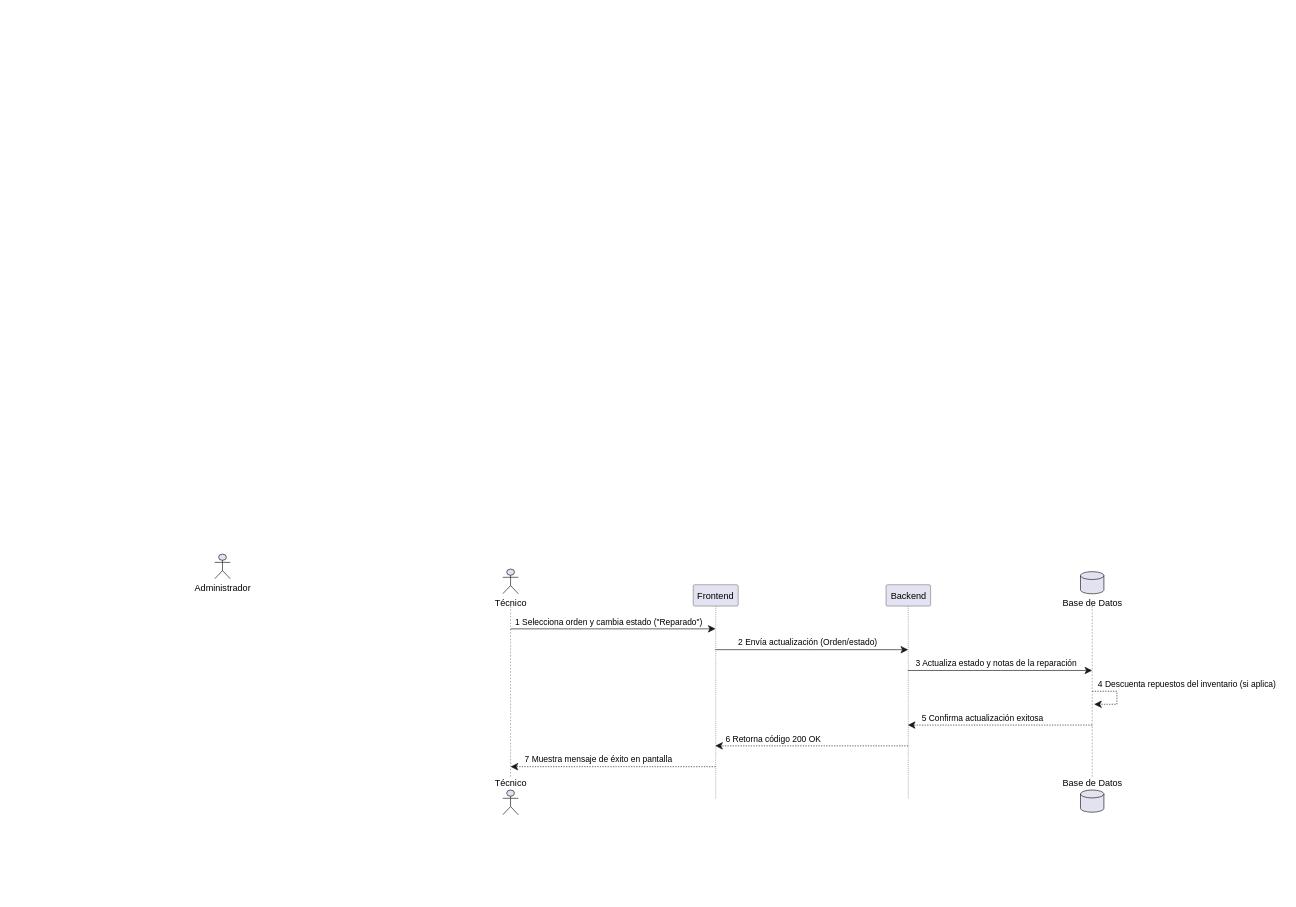
This is Docs/Diagramas/Diagramas de secuencia/Modificación de estados.drawio from Lionel-Martinez/Proyecto-Final-practica-III, a draw.io file, before an edit. Source tidied: cells renumbered, new cells numbered last; positions are measured from the earlier drawing's top-left corner, leaving out a move shared by most shapes. Both pictures are drawn from the tidied source at 65%, with x=0, y=0 at pixel (11, 11).
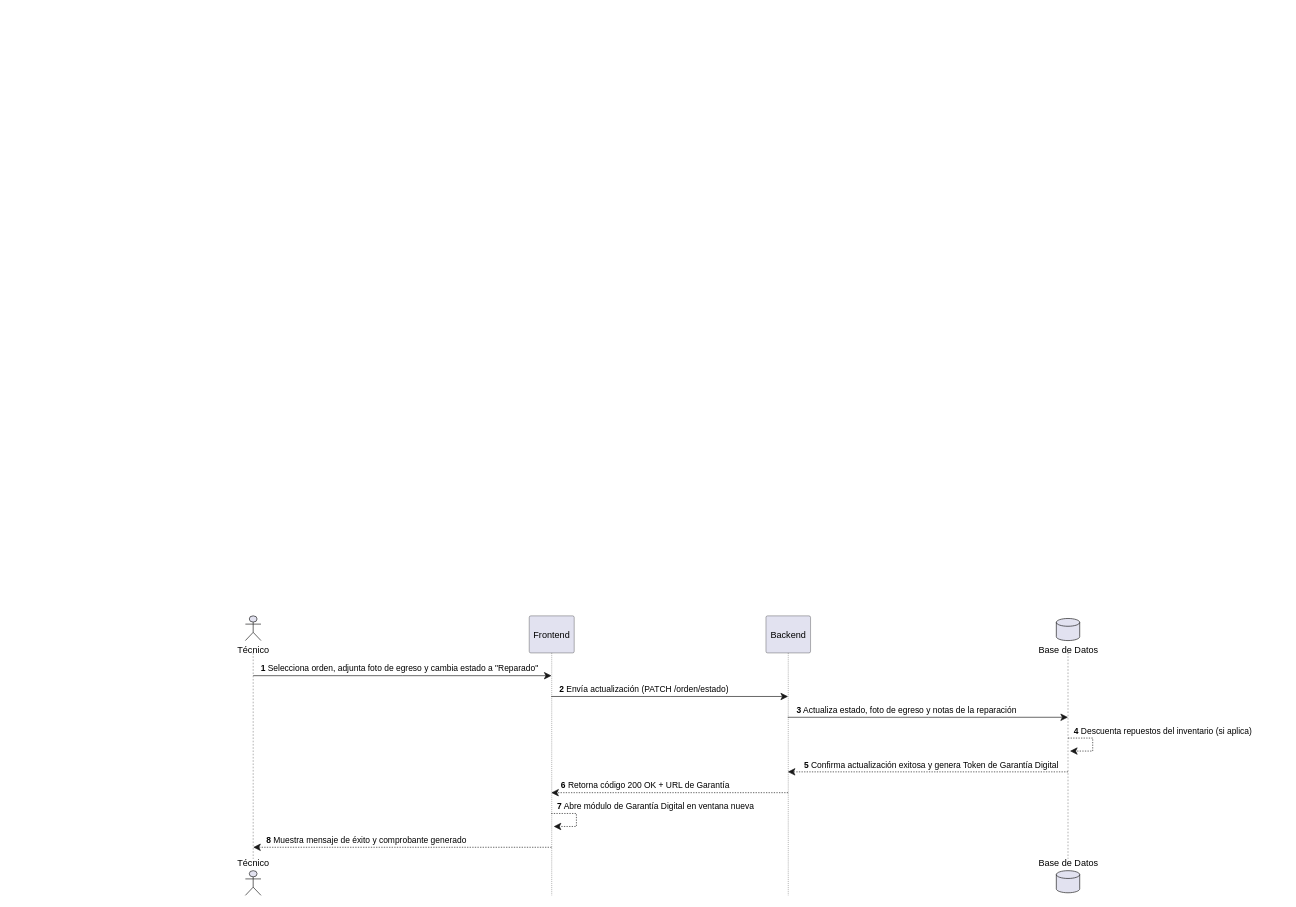
The same page after the edit.

Commit message (it also covers changes not shown here):
cambios en el diagrama de secuencia modificacion de estados(Se actualiza la finalización del trabajo para registrar la foto de egreso y disparar la emisión del ticket de Garantía Digital QR)

The edit, as a diff of the source:
```diff
@@
-    <mxCell id="2" style="group;transparentBounds=1;editIcon=1;lockedGroup=0;groupPadding=10;" parent="1" vertex="1">
-      <mxGeometry as="geometry" />
-    </mxCell>
-    <mxCell id="3" value="Administrador" style="shape=umlActor;verticalLabelPosition=bottom;verticalAlign=top;fillColor=#E2E2F0;strokeColor=#181818;fontColor=#000000;fontSize=14;html=1;" parent="2" vertex="1">
-      <mxGeometry x="312.8" y="835" width="24" height="38" as="geometry" />
-    </mxCell>
-    <mxCell id="4" style="group;transparentBounds=1;editIcon=1;lockedGroup=0;groupPadding=10;" parent="1" vertex="1">
-      <mxGeometry as="geometry" />
-    </mxCell>
-    <mxCell id="5" style="endArrow=none;html=1;strokeColor=#181818;strokeWidth=0.5;dashed=1;dashPattern=5 5;rounded=0;" parent="4" edge="1">
-      <mxGeometry relative="1" as="geometry">
-        <mxPoint x="768" y="915" as="sourcePoint" />
-        <mxPoint x="768" y="1180" as="targetPoint" />
-      </mxGeometry>
-    </mxCell>
+    <mxCell id="21" style="group;transparentBounds=1;editIcon=1;lockedGroup=0;groupPadding=10;" parent="1" vertex="1">
+      <mxGeometry as="geometry" />
+    </mxCell>
+    <mxCell id="22" style="endArrow=none;html=1;strokeColor=#181818;strokeWidth=0.5;dashed=1;dashPattern=5 5;rounded=0;" parent="21" edge="1">
+      <mxGeometry relative="1" as="geometry">
+        <mxPoint x="372" y="987" as="sourcePoint" />
+        <mxPoint x="372" y="1304" as="targetPoint" />
+      </mxGeometry>
+    </mxCell>
-    <mxCell id="6" value="Frontend" style="shape=umlLifeline;perimeter=lifelinePerimeter;size=33;lifelineMirror=1;outlineConnect=0;portConstraint=eastwest;rounded=1;absoluteArcSize=1;arcSize=5;fillColor=#E2E2F0;strokeColor=#181818;strokeWidth=0.5;fontColor=#000000;fontSize=14;whiteSpace=wrap;html=1;" parent="4" vertex="1">
-      <mxGeometry x="1049" y="882" width="69.2" height="330" as="geometry" />
+    <mxCell id="6" value="Frontend" style="shape=umlLifeline;perimeter=lifelinePerimeter;size=57;lifelineMirror=1;outlineConnect=0;portConstraint=eastwest;rounded=1;absoluteArcSize=1;arcSize=5;fillColor=#E2E2F0;strokeColor=#181818;strokeWidth=0.5;fontColor=#000000;fontSize=14;whiteSpace=wrap;html=1;" parent="21" vertex="1">
+      <mxGeometry x="796.7" y="930" width="69.2" height="430" as="geometry" />
     </mxCell>
-    <mxCell id="7" value="Backend" style="shape=umlLifeline;perimeter=lifelinePerimeter;size=33;lifelineMirror=1;outlineConnect=0;portConstraint=eastwest;rounded=1;absoluteArcSize=1;arcSize=5;fillColor=#E2E2F0;strokeColor=#181818;strokeWidth=0.5;fontColor=#000000;fontSize=14;whiteSpace=wrap;html=1;" parent="4" vertex="1">
-      <mxGeometry x="1345.6" y="882" width="68.6" height="330" as="geometry" />
+    <mxCell id="7" value="Backend" style="shape=umlLifeline;perimeter=lifelinePerimeter;size=57;lifelineMirror=1;outlineConnect=0;portConstraint=eastwest;rounded=1;absoluteArcSize=1;arcSize=5;fillColor=#E2E2F0;strokeColor=#181818;strokeWidth=0.5;fontColor=#000000;fontSize=14;whiteSpace=wrap;html=1;" parent="21" vertex="1">
+      <mxGeometry x="1160.9" y="930" width="68.6" height="430" as="geometry" />
     </mxCell>
-    <mxCell id="8" style="endArrow=none;html=1;strokeColor=#181818;strokeWidth=0.5;dashed=1;dashPattern=5 5;rounded=0;" parent="4" edge="1">
-      <mxGeometry relative="1" as="geometry">
-        <mxPoint x="1662.8" y="915" as="sourcePoint" />
-        <mxPoint x="1662.8" y="1180" as="targetPoint" />
-      </mxGeometry>
-    </mxCell>
-    <mxCell id="9" value="1 Selecciona orden y cambia estado (&quot;Reparado&quot;)" style="endArrow=classic;endFill=1;endSize=9;html=1;rounded=0;edgeStyle=elbowEdgeStyle;elbow=vertical;curved=0;strokeColor=#181818;strokeWidth=1;fontColor=#000000;fontSize=13;verticalAlign=bottom;labelBackgroundColor=none;" parent="4" edge="1" target="6">
-      <mxGeometry x="-0.04" relative="1" as="geometry">
-        <mxPoint x="768" y="950" as="sourcePoint" />
-        <Array as="points">
-          <mxPoint x="925.5" y="950" />
-        </Array>
-      </mxGeometry>
-    </mxCell>
+    <mxCell id="23" style="endArrow=none;html=1;strokeColor=#181818;strokeWidth=0.5;dashed=1;dashPattern=5 5;rounded=0;" parent="21" edge="1">
+      <mxGeometry relative="1" as="geometry">
+        <mxPoint x="1625.6" y="987" as="sourcePoint" />
+        <mxPoint x="1625.6" y="1304" as="targetPoint" />
+      </mxGeometry>
+    </mxCell>
+    <mxCell id="24" value="&lt;b&gt;1&lt;/b&gt; Selecciona orden, adjunta foto de egreso y cambia estado a &quot;Reparado&quot;" style="endArrow=classic;endFill=1;endSize=9;html=1;rounded=0;edgeStyle=elbowEdgeStyle;elbow=vertical;curved=0;strokeColor=#181818;strokeWidth=1;fontColor=#000000;fontSize=13;verticalAlign=bottom;labelBackgroundColor=none;" parent="21" edge="1" target="6">
+      <mxGeometry x="-0.02" relative="1" as="geometry">
+        <mxPoint x="372" y="1022" as="sourcePoint" />
+        <Array as="points">
+          <mxPoint x="601.5" y="1022" />
+        </Array>
+      </mxGeometry>
+    </mxCell>
-    <mxCell id="10" value="2 Envía actualización (Orden/estado)" style="endArrow=classic;endFill=1;endSize=9;html=1;rounded=0;edgeStyle=elbowEdgeStyle;elbow=vertical;curved=0;strokeColor=#181818;strokeWidth=1;fontColor=#000000;fontSize=13;verticalAlign=bottom;labelBackgroundColor=none;" parent="4" edge="1" source="6" target="7">
-      <mxGeometry x="-0.04" relative="1" as="geometry">
+    <mxCell id="10" value="&lt;b&gt;2&lt;/b&gt; Envía actualización (PATCH /orden/estado)" style="endArrow=classic;endFill=1;endSize=9;html=1;rounded=0;edgeStyle=elbowEdgeStyle;elbow=vertical;curved=0;strokeColor=#181818;strokeWidth=1;fontColor=#000000;fontSize=13;verticalAlign=bottom;labelBackgroundColor=none;" parent="21" edge="1" source="6" target="7">
+      <mxGeometry x="-0.22" relative="1" as="geometry">
         <Array as="points">
-          <mxPoint x="1231.5" y="982" />
+          <mxPoint x="1013.5" y="1054" />
         </Array>
       </mxGeometry>
     </mxCell>
-    <mxCell id="11" value="3 Actualiza estado y notas de la reparación" style="endArrow=classic;endFill=1;endSize=9;html=1;rounded=0;edgeStyle=elbowEdgeStyle;elbow=vertical;curved=0;strokeColor=#181818;strokeWidth=1;fontColor=#000000;fontSize=13;verticalAlign=bottom;labelBackgroundColor=none;" parent="4" edge="1" source="7">
-      <mxGeometry x="-0.04" relative="1" as="geometry">
-        <mxPoint x="1662.8" y="1014" as="targetPoint" />
-        <Array as="points">
-          <mxPoint x="1521.5" y="1014" />
-        </Array>
-      </mxGeometry>
-    </mxCell>
-    <mxCell id="12" style="endArrow=classic;endFill=1;endSize=9;html=1;strokeColor=#181818;strokeWidth=1;dashed=1;dashPattern=2 2;rounded=0;" parent="4" edge="1">
-      <mxGeometry relative="1" as="geometry">
-        <mxPoint x="1662.8" y="1046" as="sourcePoint" />
-        <mxPoint x="1665.8" y="1066" as="targetPoint" />
-        <Array as="points">
-          <mxPoint x="1700.8" y="1046" />
-          <mxPoint x="1700.8" y="1066" />
-        </Array>
-      </mxGeometry>
-    </mxCell>
+    <mxCell id="25" value="&lt;b&gt;3&lt;/b&gt; Actualiza estado, foto de egreso y notas de la reparación" style="endArrow=classic;endFill=1;endSize=9;html=1;rounded=0;edgeStyle=elbowEdgeStyle;elbow=vertical;curved=0;strokeColor=#181818;strokeWidth=1;fontColor=#000000;fontSize=13;verticalAlign=bottom;labelBackgroundColor=none;" parent="21" edge="1" source="7">
+      <mxGeometry x="-0.15" relative="1" as="geometry">
+        <mxPoint x="1625.6" y="1086" as="targetPoint" />
+        <Array as="points">
+          <mxPoint x="1410.5" y="1086" />
+        </Array>
+      </mxGeometry>
+    </mxCell>
+    <mxCell id="26" style="endArrow=classic;endFill=1;endSize=9;html=1;strokeColor=#181818;strokeWidth=1;dashed=1;dashPattern=2 2;rounded=0;" parent="21" edge="1">
+      <mxGeometry relative="1" as="geometry">
+        <mxPoint x="1625.6" y="1118" as="sourcePoint" />
+        <mxPoint x="1628.6" y="1138" as="targetPoint" />
+        <Array as="points">
+          <mxPoint x="1663.6" y="1118" />
+          <mxPoint x="1663.6" y="1138" />
+        </Array>
+      </mxGeometry>
+    </mxCell>
-    <mxCell id="13" value="4 Descuenta repuestos del inventario (si aplica)" style="text;html=1;fontColor=#000000;fontSize=13;align=left;verticalAlign=middle;" parent="4" vertex="1">
-      <mxGeometry x="1669.8" y="1026" width="290.1" height="18" as="geometry" />
+    <mxCell id="13" value="&lt;b&gt;4&lt;/b&gt; Descuenta repuestos del inventario (si aplica)" style="text;html=1;fontColor=#000000;fontSize=13;align=left;verticalAlign=middle;" parent="21" vertex="1">
+      <mxGeometry x="1632.6" y="1098" width="290.1" height="18" as="geometry" />
     </mxCell>
-    <mxCell id="14" value="5 Confirma actualización exitosa" style="endArrow=classic;endFill=1;endSize=9;html=1;rounded=0;edgeStyle=elbowEdgeStyle;elbow=vertical;curved=0;strokeColor=#181818;strokeWidth=1;fontColor=#000000;fontSize=13;verticalAlign=bottom;labelBackgroundColor=none;dashed=1;dashPattern=2 2;" parent="4" edge="1" target="7">
-      <mxGeometry x="0.19" relative="1" as="geometry">
-        <mxPoint x="1662.8" y="1098" as="sourcePoint" />
-        <Array as="points">
-          <mxPoint x="1521.5" y="1098" />
-        </Array>
-      </mxGeometry>
-    </mxCell>
+    <mxCell id="27" value="&lt;b&gt;5&lt;/b&gt; Confirma actualización exitosa y genera Token de Garantía Digital" style="endArrow=classic;endFill=1;endSize=9;html=1;rounded=0;edgeStyle=elbowEdgeStyle;elbow=vertical;curved=0;strokeColor=#181818;strokeWidth=1;fontColor=#000000;fontSize=13;verticalAlign=bottom;labelBackgroundColor=none;dashed=1;dashPattern=2 2;" parent="21" edge="1" target="7">
+      <mxGeometry x="-0.02" relative="1" as="geometry">
+        <mxPoint x="1625.6" y="1170" as="sourcePoint" />
+        <Array as="points">
+          <mxPoint x="1410.5" y="1170" />
+        </Array>
+      </mxGeometry>
+    </mxCell>
-    <mxCell id="15" value="6 Retorna código 200 OK" style="endArrow=classic;endFill=1;endSize=9;html=1;rounded=0;edgeStyle=elbowEdgeStyle;elbow=vertical;curved=0;strokeColor=#181818;strokeWidth=1;fontColor=#000000;fontSize=13;verticalAlign=bottom;labelBackgroundColor=none;dashed=1;dashPattern=2 2;" parent="4" edge="1" source="7" target="6">
-      <mxGeometry x="0.4" relative="1" as="geometry">
+    <mxCell id="15" value="&lt;b&gt;6&lt;/b&gt; Retorna código 200 OK + URL de Garantía" style="endArrow=classic;endFill=1;endSize=9;html=1;rounded=0;edgeStyle=elbowEdgeStyle;elbow=vertical;curved=0;strokeColor=#181818;strokeWidth=1;fontColor=#000000;fontSize=13;verticalAlign=bottom;labelBackgroundColor=none;dashed=1;dashPattern=2 2;" parent="21" edge="1" source="7" target="6">
+      <mxGeometry x="0.21" relative="1" as="geometry">
         <Array as="points">
-          <mxPoint x="1231.5" y="1130" />
+          <mxPoint x="1013.5" y="1202" />
         </Array>
       </mxGeometry>
     </mxCell>
-    <mxCell id="16" value="7 Muestra mensaje de éxito en pantalla" style="endArrow=classic;endFill=1;endSize=9;html=1;rounded=0;edgeStyle=elbowEdgeStyle;elbow=vertical;curved=0;strokeColor=#181818;strokeWidth=1;fontColor=#000000;fontSize=13;verticalAlign=bottom;labelBackgroundColor=none;dashed=1;dashPattern=2 2;" parent="4" edge="1" source="6">
-      <mxGeometry x="0.14" relative="1" as="geometry">
-        <mxPoint x="768" y="1162" as="targetPoint" />
-        <Array as="points">
-          <mxPoint x="925.5" y="1162" />
-        </Array>
-      </mxGeometry>
-    </mxCell>
+    <mxCell id="28" style="endArrow=classic;endFill=1;endSize=9;html=1;strokeColor=#181818;strokeWidth=1;dashed=1;dashPattern=2 2;exitX=0.5;exitY=0.707;exitDx=0;exitDy=0;rounded=0;" parent="21" edge="1" source="6">
+      <mxGeometry relative="1" as="geometry">
+        <mxPoint x="834.3" y="1254" as="targetPoint" />
+        <Array as="points">
+          <mxPoint x="869.3" y="1234" />
+          <mxPoint x="869.3" y="1254" />
+        </Array>
+      </mxGeometry>
+    </mxCell>
+    <mxCell id="29" value="&lt;b&gt;7&lt;/b&gt; Abre módulo de Garantía Digital en ventana nueva" style="text;html=1;fontColor=#000000;fontSize=13;align=left;verticalAlign=middle;" parent="21" vertex="1">
+      <mxGeometry x="838.3" y="1214" width="314.9" height="18" as="geometry" />
+    </mxCell>
+    <mxCell id="30" value="&lt;b&gt;8&lt;/b&gt; Muestra mensaje de éxito y comprobante generado" style="endArrow=classic;endFill=1;endSize=9;html=1;rounded=0;edgeStyle=elbowEdgeStyle;elbow=vertical;curved=0;strokeColor=#181818;strokeWidth=1;fontColor=#000000;fontSize=13;verticalAlign=bottom;labelBackgroundColor=none;dashed=1;dashPattern=2 2;" parent="21" edge="1" source="6">
+      <mxGeometry x="0.24" relative="1" as="geometry">
+        <mxPoint x="372" y="1286" as="targetPoint" />
+        <Array as="points">
+          <mxPoint x="601.5" y="1286" />
+        </Array>
+      </mxGeometry>
+    </mxCell>
-    <mxCell id="17" value="Técnico" style="shape=umlActor;verticalLabelPosition=bottom;verticalAlign=top;fillColor=#E2E2F0;strokeColor=#181818;fontColor=#000000;fontSize=14;html=1;" parent="4" vertex="1">
-      <mxGeometry x="756" y="858" width="24" height="38" as="geometry" />
+    <mxCell id="17" value="Técnico" style="shape=umlActor;verticalLabelPosition=bottom;verticalAlign=top;fillColor=#E2E2F0;strokeColor=#181818;fontColor=#000000;fontSize=14;html=1;" parent="21" vertex="1">
+      <mxGeometry x="360" y="930" width="24" height="38" as="geometry" />
     </mxCell>
-    <mxCell id="18" value="Técnico" style="shape=umlActor;verticalLabelPosition=top;verticalAlign=bottom;fillColor=#E2E2F0;strokeColor=#181818;fontColor=#000000;fontSize=14;html=1;" parent="4" vertex="1">
-      <mxGeometry x="756" y="1198" width="24" height="38" as="geometry" />
+    <mxCell id="18" value="Técnico" style="shape=umlActor;verticalLabelPosition=top;verticalAlign=bottom;fillColor=#E2E2F0;strokeColor=#181818;fontColor=#000000;fontSize=14;html=1;" parent="21" vertex="1">
+      <mxGeometry x="360" y="1322" width="24" height="38" as="geometry" />
     </mxCell>
-    <mxCell id="19" value="Base de Datos" style="shape=cylinder3;size=6;verticalLabelPosition=bottom;verticalAlign=top;fillColor=#E2E2F0;strokeColor=#181818;fontColor=#000000;fontSize=14;html=1;" parent="4" vertex="1">
-      <mxGeometry x="1644.8" y="862" width="36" height="34" as="geometry" />
+    <mxCell id="19" value="Base de Datos" style="shape=cylinder3;size=6;verticalLabelPosition=bottom;verticalAlign=top;fillColor=#E2E2F0;strokeColor=#181818;fontColor=#000000;fontSize=14;html=1;" parent="21" vertex="1">
+      <mxGeometry x="1607.6" y="934" width="36" height="34" as="geometry" />
     </mxCell>
-    <mxCell id="20" value="Base de Datos" style="shape=cylinder3;size=6;verticalLabelPosition=top;verticalAlign=bottom;fillColor=#E2E2F0;strokeColor=#181818;fontColor=#000000;fontSize=14;html=1;" parent="4" vertex="1">
-      <mxGeometry x="1644.8" y="1198" width="36" height="34" as="geometry" />
+    <mxCell id="20" value="Base de Datos" style="shape=cylinder3;size=6;verticalLabelPosition=top;verticalAlign=bottom;fillColor=#E2E2F0;strokeColor=#181818;fontColor=#000000;fontSize=14;html=1;" parent="21" vertex="1">
+      <mxGeometry x="1607.6" y="1322" width="36" height="34" as="geometry" />
     </mxCell>
```
